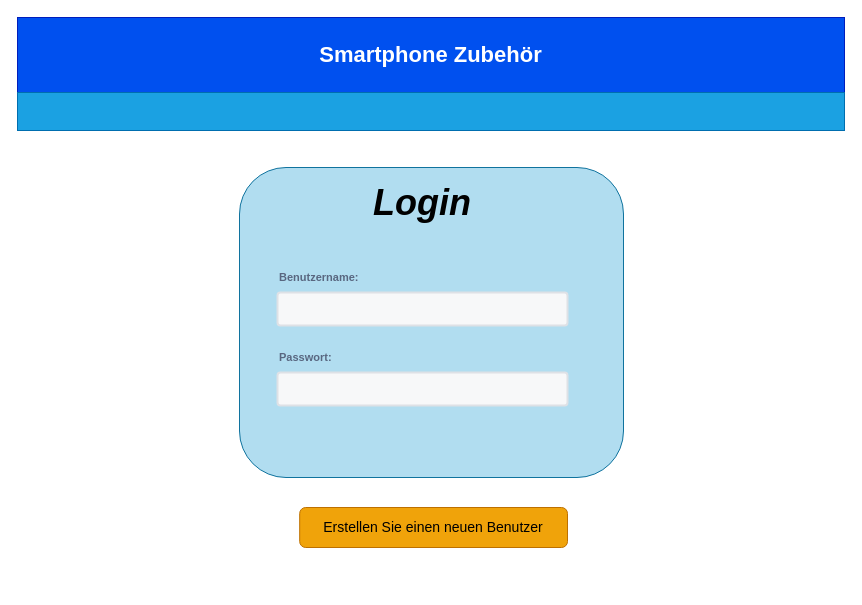
The draw.io diagram page "Login" (2 of 11) of Unbenanntes Diagramm.drawio in Lioquacht-Religion/SoftwareErgo, before the edit. Source tidied: cells renumbered, new cells numbered last; positions are measured from the earlier drawing's top-left corner, leaving out a move shared by most shapes. Both pictures are drawn from the tidied source at 100%, with x=0, y=0 at pixel (17, 17).
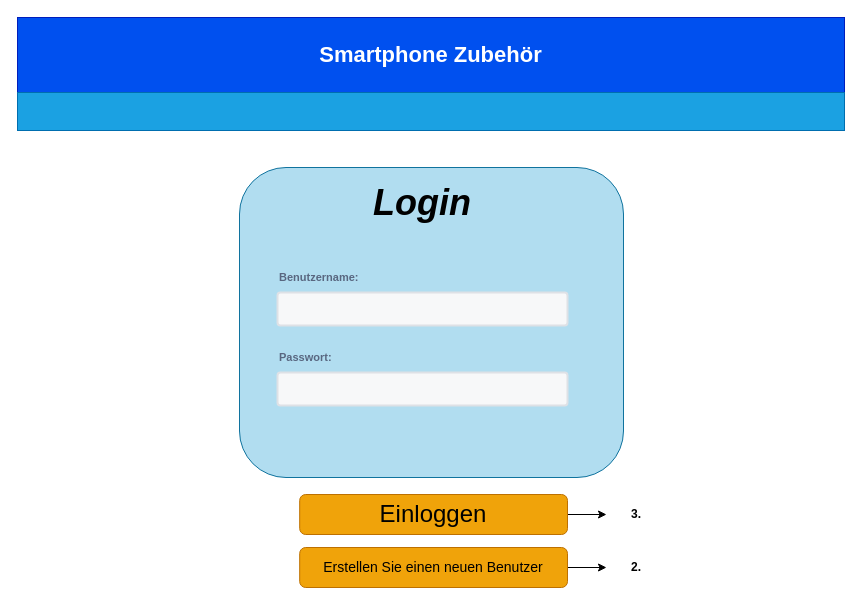
After the change.

The edit, as a diff of the source:
```diff
@@
 <mxGraphModel background="#FFFFFF">
   <root>
     <mxCell id="0" />
     <mxCell id="1" parent="0" />
     <mxCell id="2" style="rounded=1;whiteSpace=wrap;html=1;fillColor=#b1ddf0;strokeColor=#10739e;" parent="1" vertex="1">
       <mxGeometry x="222" y="150" width="384" height="310" as="geometry" />
     </mxCell>
     <mxCell id="3" value="Benutzername:" style="fillColor=none;strokeColor=none;html=1;fontSize=11;fontStyle=0;align=left;fontColor=#596780;fontStyle=1;fontSize=11;" parent="1" vertex="1">
       <mxGeometry x="260" y="250" width="240" height="20" as="geometry" />
     </mxCell>
     <mxCell id="4" style="rounded=1;arcSize=9;fillColor=#F7F8F9;align=left;spacingLeft=5;strokeColor=#DEE1E6;html=1;strokeWidth=2;fontSize=12;" parent="1" vertex="1">
       <mxGeometry x="260" y="275" width="290" height="33" as="geometry" />
     </mxCell>
     <mxCell id="5" value="Passwort:" style="fillColor=none;strokeColor=none;html=1;fontSize=11;fontStyle=0;align=left;fontColor=#596780;fontStyle=1;fontSize=11;" parent="1" vertex="1">
       <mxGeometry x="260" y="330" width="240" height="20" as="geometry" />
     </mxCell>
     <mxCell id="6" style="rounded=1;arcSize=9;fillColor=#F7F8F9;align=left;spacingLeft=5;strokeColor=#DEE1E6;html=1;strokeWidth=2;fontSize=12;" parent="1" vertex="1">
       <mxGeometry x="260" y="355" width="290" height="33" as="geometry" />
     </mxCell>
     <mxCell id="7" value="&lt;font style=&quot;font-size: 13px;&quot;&gt;&lt;font style=&quot;font-size: 14px;&quot;&gt;&lt;font style=&quot;font-size: 15px;&quot;&gt;&lt;font style=&quot;font-size: 16px;&quot;&gt;&lt;font style=&quot;font-size: 17px;&quot;&gt;&lt;font style=&quot;font-size: 18px;&quot;&gt;&lt;font style=&quot;font-size: 19px;&quot;&gt;&lt;font style=&quot;font-size: 20px;&quot;&gt;&lt;font style=&quot;font-size: 21px;&quot;&gt;&lt;font style=&quot;font-size: 22px;&quot;&gt;&lt;font style=&quot;font-size: 23px;&quot;&gt;&lt;font style=&quot;font-size: 24px;&quot;&gt;&lt;font style=&quot;font-size: 25px;&quot;&gt;&lt;font style=&quot;font-size: 26px;&quot;&gt;&lt;font style=&quot;font-size: 27px;&quot;&gt;&lt;font style=&quot;font-size: 28px;&quot;&gt;&lt;font style=&quot;font-size: 29px;&quot;&gt;&lt;font style=&quot;font-size: 30px;&quot;&gt;&lt;font style=&quot;font-size: 31px;&quot;&gt;&lt;font style=&quot;font-size: 32px;&quot;&gt;&lt;font style=&quot;font-size: 33px;&quot;&gt;&lt;font style=&quot;font-size: 34px;&quot;&gt;&lt;font style=&quot;font-size: 35px;&quot;&gt;&lt;font style=&quot;font-size: 36px;&quot;&gt;&lt;i&gt;&lt;b&gt;Login&lt;/b&gt;&lt;/i&gt;&lt;/font&gt;&lt;/font&gt;&lt;/font&gt;&lt;/font&gt;&lt;/font&gt;&lt;/font&gt;&lt;/font&gt;&lt;/font&gt;&lt;/font&gt;&lt;/font&gt;&lt;/font&gt;&lt;/font&gt;&lt;/font&gt;&lt;/font&gt;&lt;/font&gt;&lt;/font&gt;&lt;/font&gt;&lt;/font&gt;&lt;/font&gt;&lt;/font&gt;&lt;/font&gt;&lt;/font&gt;&lt;/font&gt;&lt;/font&gt;" style="text;html=1;strokeColor=none;fillColor=none;align=center;verticalAlign=middle;whiteSpace=wrap;rounded=0;" parent="1" vertex="1">
       <mxGeometry x="375" y="170" width="60" height="30" as="geometry" />
     </mxCell>
+    <mxCell id="11" style="edgeStyle=orthogonalEdgeStyle;rounded=0;jettySize=auto;html=1;exitX=1;exitY=0.5;exitDx=0;exitDy=0;" parent="1" edge="1" source="8" target="15">
+      <mxGeometry relative="1" as="geometry" />
+    </mxCell>
     <mxCell id="8" value="&lt;font style=&quot;font-size: 14px;&quot;&gt;&lt;font style=&quot;font-size: 14px;&quot;&gt;&lt;font style=&quot;font-size: 14px;&quot;&gt;Erstellen Sie einen neuen Benutzer&lt;/font&gt;&lt;/font&gt;&lt;/font&gt;" style="rounded=1;html=1;shadow=0;dashed=0;whiteSpace=wrap;fontSize=10;fillColor=#f0a30a;align=center;strokeColor=#BD7000;fontColor=#000000;" parent="1" vertex="1">
-      <mxGeometry x="282.2" y="490" width="267.8" height="40" as="geometry" />
+      <mxGeometry x="282.2" y="530" width="267.8" height="40" as="geometry" />
     </mxCell>
     <mxCell id="9" value="&lt;font style=&quot;font-size: 22px;&quot;&gt;&lt;b&gt;Smartphone Zubehör&lt;br&gt;&lt;/b&gt;&lt;/font&gt;" style="rounded=0;whiteSpace=wrap;html=1;fillColor=#0050ef;strokeColor=#001DBC;fontColor=#ffffff;" parent="1" vertex="1">
       <mxGeometry width="827" height="75" as="geometry" />
     </mxCell>
     <mxCell id="10" style="rounded=0;whiteSpace=wrap;html=1;fillColor=#1ba1e2;fontColor=#ffffff;strokeColor=#006EAF;" parent="1" vertex="1">
       <mxGeometry y="75" width="827" height="38" as="geometry" />
     </mxCell>
+    <mxCell id="12" style="edgeStyle=orthogonalEdgeStyle;rounded=0;jettySize=auto;html=1;exitX=1;exitY=0.5;exitDx=0;exitDy=0;" parent="1" edge="1" source="13" target="14">
+      <mxGeometry relative="1" as="geometry" />
+    </mxCell>
+    <mxCell id="13" value="&lt;font style=&quot;font-size: 24px;&quot;&gt;Einloggen&lt;/font&gt;" style="rounded=1;html=1;shadow=0;dashed=0;whiteSpace=wrap;fontSize=10;fillColor=#f0a30a;align=center;strokeColor=#BD7000;fontColor=#000000;" parent="1" vertex="1">
+      <mxGeometry x="282.2" y="477" width="267.8" height="40" as="geometry" />
+    </mxCell>
+    <mxCell id="14" value="&lt;b&gt;3.&lt;/b&gt;" style="text;html=1;strokeColor=none;fillColor=none;align=center;verticalAlign=middle;whiteSpace=wrap;rounded=0;" parent="1" vertex="1">
+      <mxGeometry x="589" y="482" width="60" height="30" as="geometry" />
+    </mxCell>
+    <mxCell id="15" value="&lt;b&gt;2.&lt;/b&gt;" style="text;html=1;strokeColor=none;fillColor=none;align=center;verticalAlign=middle;whiteSpace=wrap;rounded=0;" parent="1" vertex="1">
+      <mxGeometry x="589" y="535" width="60" height="30" as="geometry" />
+    </mxCell>
   </root>
 </mxGraphModel>
```
